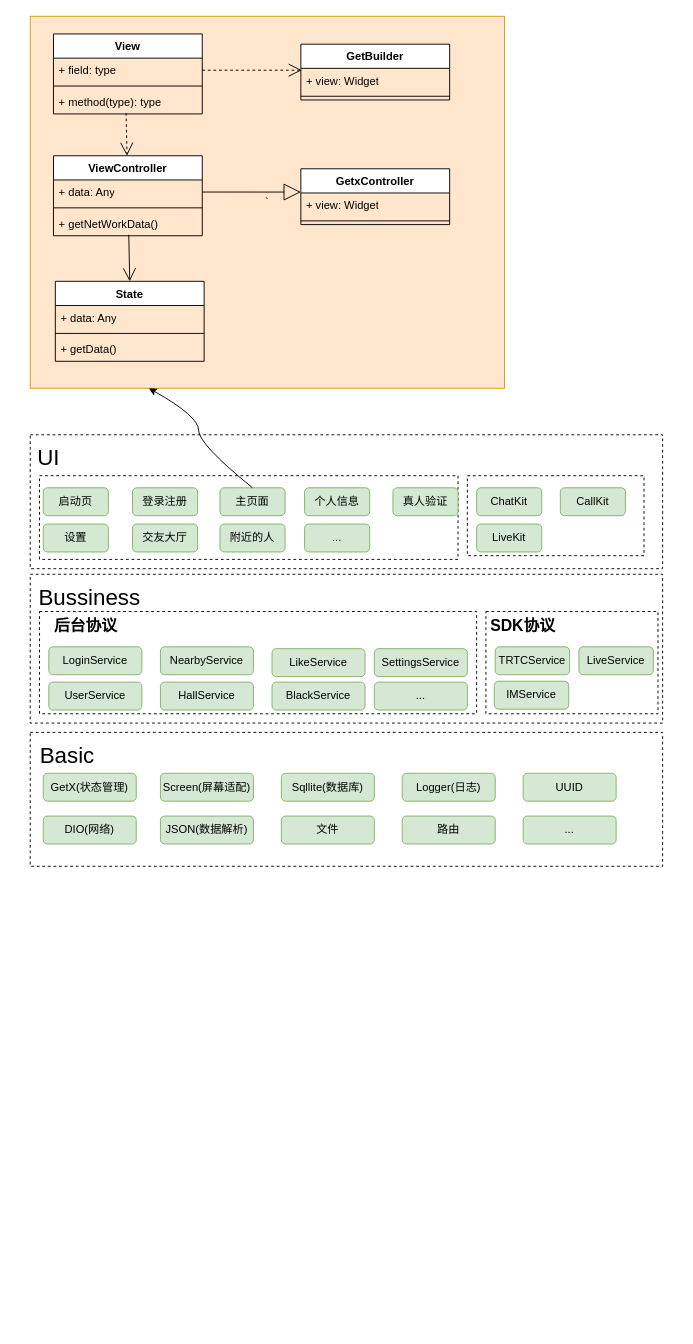
Before: diagrams/1v1demo.drawio in paopaosecret/resources, a draw.io diagram. Source tidied: cells renumbered, new cells numbered last; positions are measured from the earlier drawing's top-left corner, leaving out a move shared by most shapes. Both pictures are drawn from the tidied source at 93%, with x=0, y=0 at pixel (16, 16).
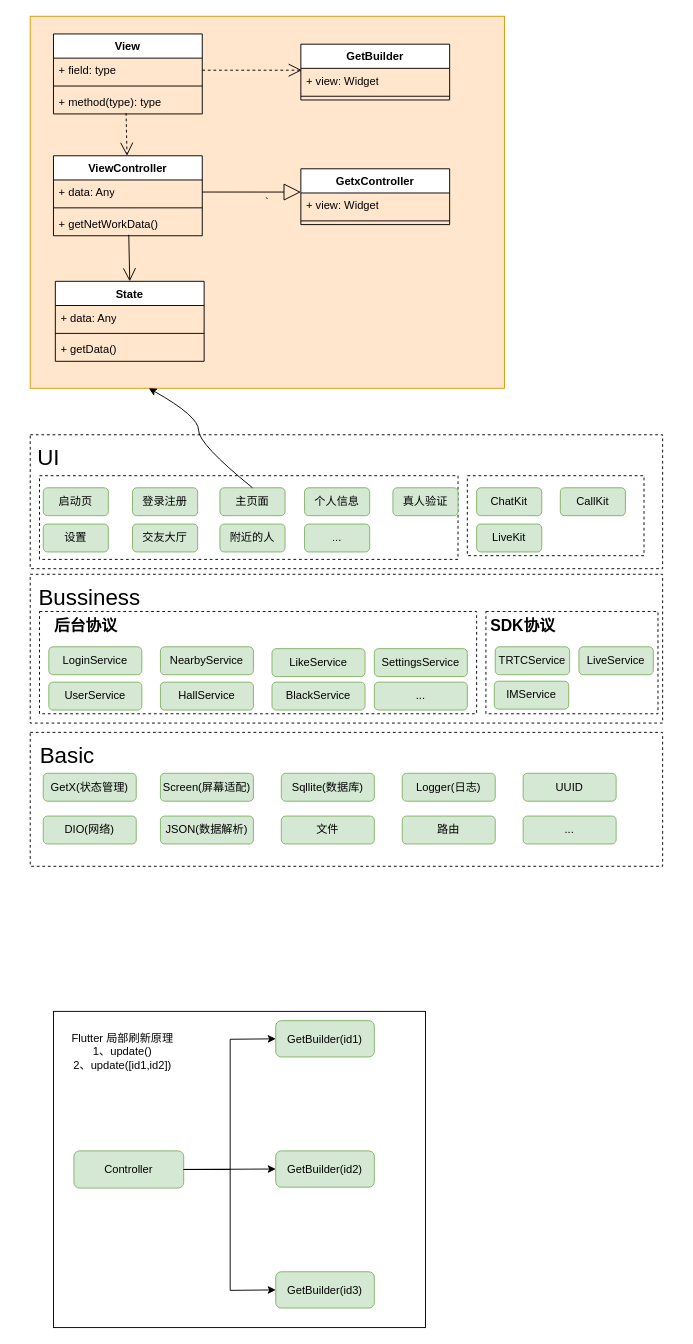
Above is the later version.

The edit, as a diff of the source:
```diff
@@
+    <mxCell id="72" style="rounded=0;whiteSpace=wrap;html=1;" parent="1" vertex="1">
+      <mxGeometry x="40" y="1070" width="400" height="340" as="geometry" />
+    </mxCell>
@@
+    <mxCell id="73" value="Controller" style="rounded=1;whiteSpace=wrap;html=1;fillColor=#d5e8d4;strokeColor=#82b366;" parent="1" vertex="1">
+      <mxGeometry x="62" y="1220" width="118" height="40" as="geometry" />
+    </mxCell>
+    <mxCell id="74" value="GetBuilder(id1)" style="rounded=1;whiteSpace=wrap;html=1;fillColor=#d5e8d4;strokeColor=#82b366;" parent="1" vertex="1">
+      <mxGeometry x="279" y="1080" width="106" height="39" as="geometry" />
+    </mxCell>
+    <mxCell id="75" value="GetBuilder(id2)" style="rounded=1;whiteSpace=wrap;html=1;fillColor=#d5e8d4;strokeColor=#82b366;" parent="1" vertex="1">
+      <mxGeometry x="279" y="1220" width="106" height="39" as="geometry" />
+    </mxCell>
+    <mxCell id="76" value="GetBuilder(id3)" style="rounded=1;whiteSpace=wrap;html=1;fillColor=#d5e8d4;strokeColor=#82b366;" parent="1" vertex="1">
+      <mxGeometry x="279" y="1350" width="106" height="39" as="geometry" />
+    </mxCell>
+    <mxCell id="77" style="endArrow=classic;html=1;rounded=0;exitX=1;exitY=0.5;exitDx=0;exitDy=0;entryX=0;entryY=0.5;entryDx=0;entryDy=0;" parent="1" edge="1" source="73" target="75">
+      <mxGeometry relative="1" as="geometry" />
+    </mxCell>
+    <mxCell id="78" style="endArrow=classic;html=1;rounded=0;exitX=1;exitY=0.5;exitDx=0;exitDy=0;entryX=0;entryY=0.5;entryDx=0;entryDy=0;" parent="1" edge="1" source="73" target="74">
+      <mxGeometry relative="1" as="geometry">
+        <Array as="points">
+          <mxPoint x="230" y="1240" />
+          <mxPoint x="230" y="1100" />
+        </Array>
+      </mxGeometry>
+    </mxCell>
+    <mxCell id="79" style="endArrow=classic;html=1;rounded=0;exitX=1;exitY=0.5;exitDx=0;exitDy=0;entryX=0;entryY=0.5;entryDx=0;entryDy=0;" parent="1" edge="1" source="73" target="76">
+      <mxGeometry relative="1" as="geometry">
+        <Array as="points">
+          <mxPoint x="230" y="1240" />
+          <mxPoint x="230" y="1370" />
+        </Array>
+      </mxGeometry>
+    </mxCell>
+    <mxCell id="80" value="Flutter 局部刷新原理&lt;br&gt;1、update()&lt;br&gt;2、update([id1,id2])" style="text;html=1;strokeColor=none;fillColor=none;align=center;verticalAlign=middle;whiteSpace=wrap;rounded=0;" parent="1" vertex="1">
+      <mxGeometry x="42" y="1080" width="145" height="65.5" as="geometry" />
+    </mxCell>
```
